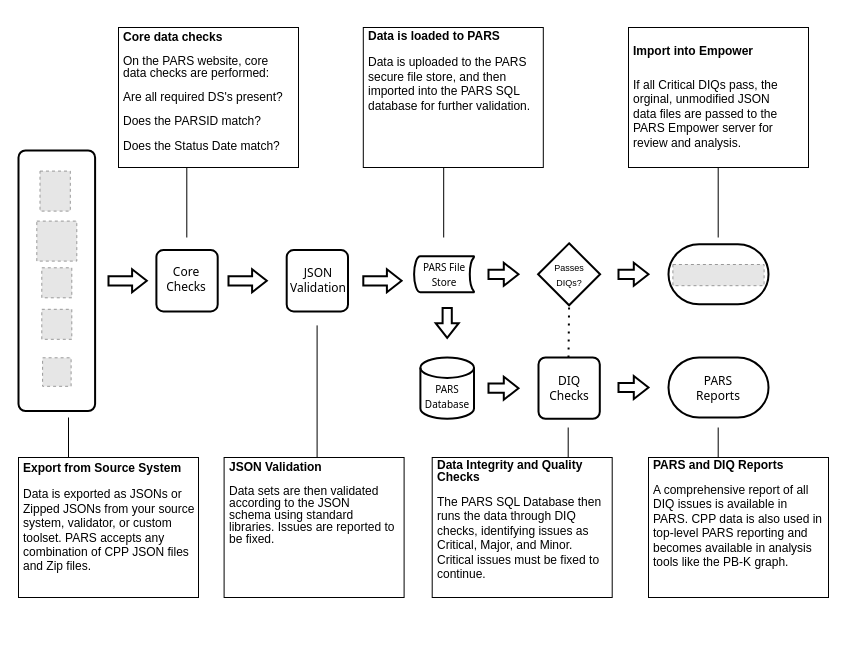
Before: JSONUploadFlow.drawio in user905/JSONUploadFlow, a draw.io diagram. Source tidied: cells renumbered, new cells numbered last; positions are measured from the earlier drawing's top-left corner, leaving out a move shared by most shapes. Both pictures are drawn from the tidied source at 100%, with x=0, y=0 at pixel (18, 27). Pictures stored in the file or linked from it are replaced by grey dashed boxes.
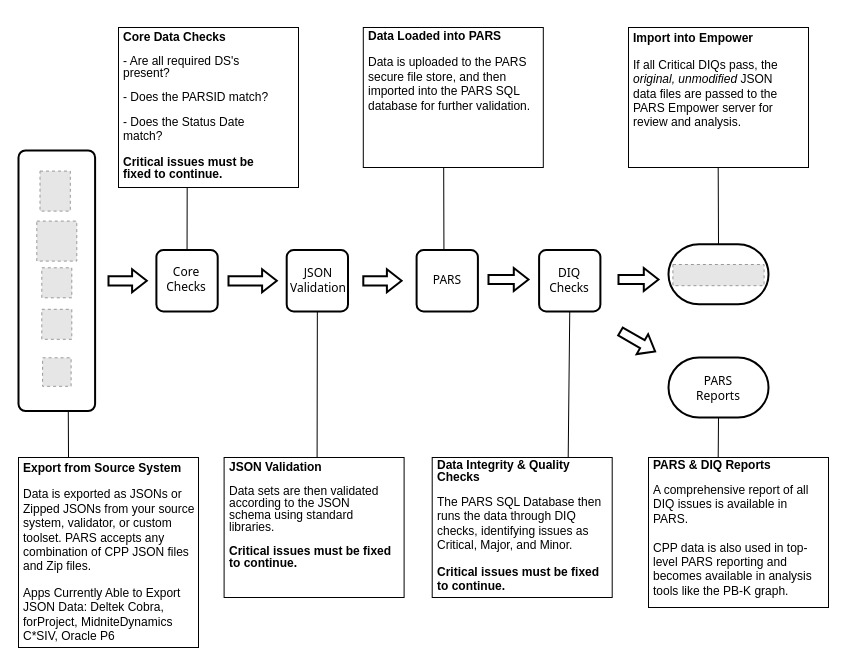
After the change.

Unchanged cells that the change refers to:
```xml
<mxCell id="2" style="rounded=1;whiteSpace=wrap;html=1;absoluteArcSize=1;arcSize=14;strokeWidth=2;" parent="1" vertex="1">
  <mxGeometry x="137.9" y="222.6" width="61.3" height="61.3" as="geometry" />
</mxCell>
<mxCell id="3" style="rounded=1;whiteSpace=wrap;html=1;absoluteArcSize=1;arcSize=14;strokeWidth=2;" parent="1" vertex="1">
  <mxGeometry x="268.2" y="222.6" width="61.3" height="61.3" as="geometry" />
</mxCell>
<mxCell id="13" style="strokeWidth=2;html=1;shape=mxgraph.flowchart.terminator;whiteSpace=wrap;" parent="1" vertex="1">
  <mxGeometry x="650" y="216.8" width="100" height="60" as="geometry" />
</mxCell>
<mxCell id="14" style="strokeWidth=2;html=1;shape=mxgraph.flowchart.terminator;whiteSpace=wrap;" parent="1" vertex="1">
  <mxGeometry x="650" y="330" width="100" height="60" as="geometry" />
</mxCell>
<mxCell id="17" style="rounded=1;whiteSpace=wrap;html=1;absoluteArcSize=1;arcSize=14;strokeWidth=2;" parent="16" vertex="1">
  <mxGeometry width="76.6" height="260.6" as="geometry" />
</mxCell>
```

Change to the diagram source:
```diff
@@
-    <mxCell id="4" style="strokeWidth=2;html=1;shape=mxgraph.flowchart.database;whiteSpace=wrap;" parent="1" vertex="1">
-      <mxGeometry x="401.9" y="330" width="53.6" height="61.3" as="geometry" />
-    </mxCell>
@@
     <mxCell id="6" style="verticalLabelPosition=bottom;verticalAlign=top;html=1;strokeWidth=2;shape=mxgraph.arrows2.arrow;dy=0.6;dx=14.7;notch=0;" parent="1" vertex="1">
-      <mxGeometry x="210" y="241.8" width="38.3" height="23" as="geometry" />
+      <mxGeometry x="210" y="241.8" width="48.3" height="23" as="geometry" />
     </mxCell>
@@
-    <mxCell id="8" style="verticalLabelPosition=bottom;verticalAlign=top;html=1;strokeWidth=2;shape=mxgraph.arrows2.arrow;dy=0.6;dx=14.7;notch=0;rotation=90;" parent="1" vertex="1">
-      <mxGeometry x="413.7" y="283.9" width="30" height="23" as="geometry" />
-    </mxCell>
     <mxCell id="9" style="rounded=1;whiteSpace=wrap;html=1;absoluteArcSize=1;arcSize=14;strokeWidth=2;" parent="1" vertex="1">
-      <mxGeometry x="520" y="330" width="61.3" height="61.3" as="geometry" />
+      <mxGeometry x="520.6" y="222.6" width="61.3" height="61.3" as="geometry" />
     </mxCell>
-    <mxCell id="10" style="verticalLabelPosition=bottom;verticalAlign=top;html=1;strokeWidth=2;shape=mxgraph.arrows2.arrow;dy=0.6;dx=14.7;notch=0;rotation=0;" parent="1" vertex="1">
-      <mxGeometry x="470" y="349.2" width="30" height="23" as="geometry" />
-    </mxCell>
-    <mxCell id="11" style="strokeWidth=2;html=1;shape=mxgraph.flowchart.stored_data;whiteSpace=wrap;" parent="1" vertex="1">
-      <mxGeometry x="395.6" y="228.8" width="60" height="36" as="geometry" />
-    </mxCell>
     <mxCell id="12" style="verticalLabelPosition=bottom;verticalAlign=top;html=1;strokeWidth=2;shape=mxgraph.arrows2.arrow;dy=0.6;dx=14.7;notch=0;rotation=0;" parent="1" vertex="1">
-      <mxGeometry x="470" y="235.3" width="30" height="23" as="geometry" />
+      <mxGeometry x="470" y="240.5" width="40" height="23" as="geometry" />
     </mxCell>
@@
-    <mxCell id="15" style="verticalLabelPosition=bottom;verticalAlign=top;html=1;strokeWidth=2;shape=mxgraph.arrows2.arrow;dy=0.6;dx=14.7;notch=0;rotation=0;" parent="1" vertex="1">
-      <mxGeometry x="600" y="348.5" width="30" height="23" as="geometry" />
+    <mxCell id="15" style="verticalLabelPosition=bottom;verticalAlign=top;html=1;strokeWidth=2;shape=mxgraph.arrows2.arrow;dy=0.6;dx=14.7;notch=0;rotation=30;" parent="1" vertex="1">
+      <mxGeometry x="599.3" y="302.5" width="40" height="23" as="geometry" />
     </mxCell>
@@
-    <mxCell id="26" value="&lt;font style=&quot;font-size: 10px;&quot; face=&quot;Tahoma&quot;&gt;PARS File Store&lt;/font&gt;" style="text;html=1;align=center;verticalAlign=middle;whiteSpace=wrap;rounded=0;" parent="1" vertex="1">
-      <mxGeometry x="395.5" y="231.8" width="60" height="30" as="geometry" />
-    </mxCell>
-    <mxCell id="27" value="&lt;font style=&quot;font-size: 10px;&quot; face=&quot;Tahoma&quot;&gt;PARS Database&lt;/font&gt;" style="text;html=1;align=center;verticalAlign=middle;whiteSpace=wrap;rounded=0;" parent="1" vertex="1">
-      <mxGeometry x="398.7" y="353.6" width="60" height="30" as="geometry" />
-    </mxCell>
     <mxCell id="28" value="&lt;font style=&quot;font-size: 12px;&quot; face=&quot;Tahoma&quot;&gt;DIQ Checks&lt;/font&gt;" style="text;html=1;align=center;verticalAlign=middle;whiteSpace=wrap;rounded=0;" parent="1" vertex="1">
-      <mxGeometry x="521.3" y="345.7" width="60" height="30" as="geometry" />
+      <mxGeometry x="521.3" y="238.3" width="60" height="30" as="geometry" />
     </mxCell>
@@
     <mxCell id="30" style="rounded=0;whiteSpace=wrap;html=1;" parent="1" vertex="1">
-      <mxGeometry y="430" width="180" height="140" as="geometry" />
+      <mxGeometry y="430" width="180" height="190" as="geometry" />
     </mxCell>
-    <mxCell id="31" value="&lt;p style=&quot;&quot;&gt;&lt;span style=&quot;font-size: 12px;&quot;&gt;&lt;b&gt;Export from Source System&lt;/b&gt;&lt;/span&gt;&lt;/p&gt;&lt;p style=&quot;&quot;&gt;&lt;font style=&quot;font-size: 12px;&quot;&gt;Data is exported as JSONs or Zipped JSONs from your source system, validator, or custom toolset. PARS accepts any combination of CPP JSON files and Zip files.&lt;/font&gt;&lt;/p&gt;" style="text;html=1;spacing=5;spacingTop=-20;whiteSpace=wrap;overflow=hidden;rounded=0;" parent="1" vertex="1">
-      <mxGeometry y="432" width="180" height="120" as="geometry" />
+    <mxCell id="31" value="&lt;p style=&quot;&quot;&gt;&lt;span style=&quot;font-size: 12px;&quot;&gt;&lt;b&gt;Export from Source System&lt;/b&gt;&lt;/span&gt;&lt;/p&gt;&lt;p style=&quot;&quot;&gt;&lt;font style=&quot;font-size: 12px;&quot;&gt;Data is exported as JSONs or Zipped JSONs from your source system, validator, or custom toolset. PARS accepts any combination of CPP JSON files and Zip files.&lt;/font&gt;&lt;/p&gt;&lt;p style=&quot;&quot;&gt;&lt;font style=&quot;font-size: 12px;&quot;&gt;Apps Currently Able to Export JSON Data: Deltek Cobra, forProject, MidniteDynamics C*SIV, Oracle P6&lt;/font&gt;&lt;/p&gt;" style="text;html=1;spacing=5;spacingTop=-20;whiteSpace=wrap;overflow=hidden;rounded=0;" parent="1" vertex="1">
+      <mxGeometry y="432" width="180" height="188" as="geometry" />
     </mxCell>
     <mxCell id="32" style="rounded=0;whiteSpace=wrap;html=1;" parent="1" vertex="1">
-      <mxGeometry x="100" width="180" height="140" as="geometry" />
+      <mxGeometry x="100" width="180" height="160" as="geometry" />
     </mxCell>
-    <mxCell id="33" value="&lt;p style=&quot;line-height: 100%;&quot;&gt;&lt;font style=&quot;font-size: 12px;&quot;&gt;&lt;b&gt;Core data checks&lt;/b&gt;&lt;/font&gt;&lt;/p&gt;&lt;p style=&quot;line-height: 100%;&quot;&gt;&lt;/p&gt;&lt;p style=&quot;line-height: 100%;&quot;&gt;On the PARS website, core data checks are performed:&lt;/p&gt;&lt;p style=&quot;line-height: 100%;&quot;&gt;&lt;span style=&quot;background-color: initial;&quot;&gt;Are all required DS's present?&lt;/span&gt;&lt;/p&gt;&lt;p style=&quot;line-height: 100%;&quot;&gt;&lt;span style=&quot;background-color: initial;&quot;&gt;Does the PARSID match?&lt;br&gt;&lt;/span&gt;&lt;/p&gt;&lt;p&gt;&lt;span style=&quot;background-color: initial;&quot;&gt;Does the Status Date match?&lt;/span&gt;&lt;/p&gt;&lt;p&gt;&lt;/p&gt;&lt;p style=&quot;line-height: 100%;&quot;&gt;&lt;br&gt;&lt;/p&gt;&lt;p style=&quot;line-height: 100%;&quot;&gt;&lt;span style=&quot;background-color: initial;&quot;&gt;&lt;br&gt;&lt;/span&gt;&lt;/p&gt;&lt;p&gt;&lt;/p&gt;" style="text;html=1;spacing=5;spacingTop=-20;whiteSpace=wrap;overflow=hidden;rounded=0;" parent="1" vertex="1">
-      <mxGeometry x="100" y="2" width="170" height="140" as="geometry" />
+    <mxCell id="33" value="&lt;p style=&quot;line-height: 100%;&quot;&gt;&lt;font style=&quot;font-size: 12px;&quot;&gt;&lt;b&gt;Core Data Checks&lt;/b&gt;&lt;/font&gt;&lt;/p&gt;&lt;p style=&quot;line-height: 100%;&quot;&gt;&lt;/p&gt;&lt;p style=&quot;line-height: 100%;&quot;&gt;&lt;span style=&quot;background-color: initial;&quot;&gt;- Are all required DS's present?&lt;/span&gt;&lt;br&gt;&lt;/p&gt;&lt;p style=&quot;line-height: 100%;&quot;&gt;&lt;span style=&quot;background-color: initial;&quot;&gt;- Does the PARSID match?&lt;br&gt;&lt;/span&gt;&lt;/p&gt;&lt;p&gt;&lt;span style=&quot;background-color: initial;&quot;&gt;- Does the Status Date match?&lt;/span&gt;&lt;/p&gt;&lt;p&gt;&lt;/p&gt;&lt;p style=&quot;line-height: 100%;&quot;&gt;&lt;b&gt;Critical issues must be fixed to continue.&lt;/b&gt;&lt;/p&gt;&lt;p style=&quot;line-height: 100%;&quot;&gt;&lt;span style=&quot;background-color: initial;&quot;&gt;&lt;br&gt;&lt;/span&gt;&lt;/p&gt;&lt;p&gt;&lt;/p&gt;" style="text;html=1;spacing=5;spacingTop=-20;whiteSpace=wrap;overflow=hidden;rounded=0;" parent="1" vertex="1">
+      <mxGeometry x="100" y="2" width="170" height="158" as="geometry" />
     </mxCell>
@@
-    <mxCell id="35" value="&lt;p style=&quot;line-height: 100%;&quot;&gt;&lt;font style=&quot;font-size: 12px;&quot;&gt;&lt;b&gt;JSON Validation&lt;/b&gt;&lt;/font&gt;&lt;/p&gt;&lt;p style=&quot;line-height: 100%;&quot;&gt;Data sets are then validated according to the JSON schema using standard libraries. Issues are reported to be fixed.&lt;/p&gt;" style="text;html=1;spacing=5;spacingTop=-20;whiteSpace=wrap;overflow=hidden;rounded=0;" parent="1" vertex="1">
+    <mxCell id="35" value="&lt;p style=&quot;line-height: 100%;&quot;&gt;&lt;font style=&quot;font-size: 12px;&quot;&gt;&lt;b&gt;JSON Validation&lt;/b&gt;&lt;/font&gt;&lt;/p&gt;&lt;p style=&quot;line-height: 100%;&quot;&gt;Data sets are then validated according to the JSON schema using standard libraries.&amp;nbsp;&lt;/p&gt;&lt;p style=&quot;line-height: 100%;&quot;&gt;&lt;b style=&quot;border-color: var(--border-color);&quot;&gt;Critical issues must be fixed to continue.&lt;/b&gt;&lt;br&gt;&lt;/p&gt;" style="text;html=1;spacing=5;spacingTop=-20;whiteSpace=wrap;overflow=hidden;rounded=0;" parent="1" vertex="1">
       <mxGeometry x="205.6" y="432" width="174.4" height="140" as="geometry" />
     </mxCell>
@@
-    <mxCell id="37" value="&lt;p style=&quot;&quot;&gt;&lt;font style=&quot;font-size: 12px;&quot;&gt;&lt;b&gt;Data is loaded to PARS&lt;/b&gt;&lt;/font&gt;&lt;/p&gt;&lt;p style=&quot;&quot;&gt;Data is uploaded to the PARS secure file store, and then imported into the PARS SQL database for further validation.&lt;/p&gt;" style="text;html=1;spacing=5;spacingTop=-20;whiteSpace=wrap;overflow=hidden;rounded=0;" parent="1" vertex="1">
+    <mxCell id="37" value="&lt;p style=&quot;&quot;&gt;&lt;font style=&quot;font-size: 12px;&quot;&gt;&lt;b&gt;Data Loaded into PARS&lt;/b&gt;&lt;/font&gt;&lt;/p&gt;&lt;p style=&quot;&quot;&gt;Data is uploaded to the PARS secure file store, and then imported into the PARS SQL database for further validation.&lt;/p&gt;" style="text;html=1;spacing=5;spacingTop=-20;whiteSpace=wrap;overflow=hidden;rounded=0;" parent="1" vertex="1">
       <mxGeometry x="344.8" width="175.2" height="130" as="geometry" />
     </mxCell>
@@
-    <mxCell id="39" value="&lt;p style=&quot;line-height: 100%;&quot;&gt;&lt;font style=&quot;font-size: 12px;&quot;&gt;&lt;b&gt;Data Integrity and Quality Checks&lt;/b&gt;&lt;/font&gt;&lt;/p&gt;&lt;p style=&quot;&quot;&gt;The PARS SQL Database then runs the data through DIQ checks, identifying issues as Critical, Major, and Minor. Critical issues must be fixed to continue.&lt;/p&gt;" style="text;html=1;spacing=5;spacingTop=-20;whiteSpace=wrap;overflow=hidden;rounded=0;" parent="1" vertex="1">
+    <mxCell id="39" value="&lt;p style=&quot;line-height: 100%;&quot;&gt;&lt;font style=&quot;font-size: 12px;&quot;&gt;&lt;b&gt;Data Integrity &amp;amp; Quality Checks&lt;/b&gt;&lt;/font&gt;&lt;/p&gt;&lt;p style=&quot;&quot;&gt;The PARS SQL Database then runs the data through DIQ checks, identifying issues as Critical, Major, and Minor.&amp;nbsp;&lt;/p&gt;&lt;p style=&quot;&quot;&gt;&lt;b style=&quot;border-color: var(--border-color);&quot;&gt;Critical issues must be fixed to continue.&lt;/b&gt;&lt;br&gt;&lt;/p&gt;" style="text;html=1;spacing=5;spacingTop=-20;whiteSpace=wrap;overflow=hidden;rounded=0;" parent="1" vertex="1">
       <mxGeometry x="413.7" y="430" width="180" height="140" as="geometry" />
     </mxCell>
@@
-    <mxCell id="41" value="&lt;h1 style=&quot;&quot;&gt;&lt;span style=&quot;font-size: 12px;&quot;&gt;Import into Empower&lt;/span&gt;&lt;/h1&gt;&lt;p style=&quot;&quot;&gt;&lt;font style=&quot;font-size: 12px;&quot;&gt;If all Critical DIQs pass, the orginal, unmodified JSON data files are passed to the PARS Empower server for review and analysis.&lt;/font&gt;&lt;/p&gt;" style="text;html=1;spacing=5;spacingTop=-20;whiteSpace=wrap;overflow=hidden;rounded=0;" parent="1" vertex="1">
+    <mxCell id="41" value="&lt;b style=&quot;border-color: var(--border-color);&quot;&gt;&lt;br&gt;Import into Empower&lt;br&gt;&lt;/b&gt;&lt;p style=&quot;&quot;&gt;&lt;font style=&quot;font-size: 12px;&quot;&gt;If all Critical DIQs pass, the &lt;i&gt;original, unmodified&lt;/i&gt; JSON data files are passed to the PARS Empower server for review and analysis.&lt;/font&gt;&lt;/p&gt;" style="text;html=1;spacing=5;spacingTop=-20;whiteSpace=wrap;overflow=hidden;rounded=0;" parent="1" vertex="1">
       <mxGeometry x="610" width="170" height="130" as="geometry" />
     </mxCell>
-    <mxCell id="42" style="endArrow=none;html=1;rounded=0;" parent="1" edge="1">
+    <mxCell id="42" style="endArrow=none;html=1;rounded=0;entryX=0.65;entryY=0.998;entryDx=0;entryDy=0;entryPerimeter=0;" parent="1" edge="1" target="17">
       <mxGeometry relative="1" as="geometry">
         <mxPoint x="50" y="430" as="sourcePoint" />
-        <mxPoint x="50" y="390" as="targetPoint" />
       </mxGeometry>
     </mxCell>
-    <mxCell id="43" style="endArrow=none;html=1;rounded=0;" parent="1" edge="1">
-      <mxGeometry relative="1" as="geometry">
-        <mxPoint x="168.3" y="210" as="sourcePoint" />
-        <mxPoint x="168.3" y="140" as="targetPoint" />
-      </mxGeometry>
+    <mxCell id="43" style="endArrow=none;html=1;rounded=0;exitX=0.5;exitY=0;exitDx=0;exitDy=0;entryX=0.404;entryY=1.001;entryDx=0;entryDy=0;entryPerimeter=0;" parent="1" edge="1" source="2" target="33">
+      <mxGeometry relative="1" as="geometry" />
     </mxCell>
-    <mxCell id="44" style="endArrow=none;html=1;rounded=0;" parent="1" edge="1">
+    <mxCell id="44" style="endArrow=none;html=1;rounded=0;entryX=0.5;entryY=1;entryDx=0;entryDy=0;" parent="1" edge="1" target="3">
       <mxGeometry relative="1" as="geometry">
         <mxPoint x="298.6" y="430" as="sourcePoint" />
-        <mxPoint x="298.6" y="297.9" as="targetPoint" />
       </mxGeometry>
     </mxCell>
-    <mxCell id="45" style="endArrow=none;html=1;rounded=0;" parent="1" edge="1">
+    <mxCell id="45" style="endArrow=none;html=1;rounded=0;exitX=0.446;exitY=0.033;exitDx=0;exitDy=0;exitPerimeter=0;" parent="1" edge="1" source="54">
       <mxGeometry relative="1" as="geometry">
-        <mxPoint x="425.2" y="210" as="sourcePoint" />
         <mxPoint x="425.2" y="140" as="targetPoint" />
       </mxGeometry>
     </mxCell>
-    <mxCell id="46" style="endArrow=none;html=1;rounded=0;" parent="1" edge="1">
+    <mxCell id="46" style="endArrow=none;html=1;rounded=0;exitX=0.5;exitY=0;exitDx=0;exitDy=0;exitPerimeter=0;" parent="1" edge="1" source="13">
       <mxGeometry relative="1" as="geometry">
-        <mxPoint x="699.7" y="210" as="sourcePoint" />
         <mxPoint x="699.7" y="140" as="targetPoint" />
       </mxGeometry>
     </mxCell>
-    <mxCell id="47" style="endArrow=none;html=1;rounded=0;" parent="1" edge="1">
+    <mxCell id="47" style="endArrow=none;html=1;rounded=0;entryX=0.5;entryY=1;entryDx=0;entryDy=0;" parent="1" edge="1" target="9">
       <mxGeometry relative="1" as="geometry">
         <mxPoint x="549.7" y="430" as="sourcePoint" />
-        <mxPoint x="549.7" y="400" as="targetPoint" />
       </mxGeometry>
     </mxCell>
     <mxCell id="48" style="rounded=0;whiteSpace=wrap;html=1;" parent="1" vertex="1">
-      <mxGeometry x="630" y="430" width="180" height="140" as="geometry" />
+      <mxGeometry x="630" y="430" width="180" height="150" as="geometry" />
     </mxCell>
-    <mxCell id="49" value="&lt;p style=&quot;line-height: 100%;&quot;&gt;&lt;span style=&quot;font-size: 12px;&quot;&gt;&lt;b&gt;PARS and DIQ Reports&lt;/b&gt;&lt;/span&gt;&lt;/p&gt;&lt;p style=&quot;&quot;&gt;A comprehensive report of all DIQ issues is available in PARS. CPP data is also used in top-level PARS reporting and becomes available in analysis tools like the PB-K graph.&lt;/p&gt;" style="text;html=1;spacing=5;spacingTop=-20;whiteSpace=wrap;overflow=hidden;rounded=0;" parent="1" vertex="1">
-      <mxGeometry x="630" y="430" width="180" height="140" as="geometry" />
+    <mxCell id="49" value="&lt;p style=&quot;line-height: 100%;&quot;&gt;&lt;span style=&quot;font-size: 12px;&quot;&gt;&lt;b&gt;PARS &amp;amp; DIQ Reports&lt;/b&gt;&lt;/span&gt;&lt;/p&gt;&lt;span style=&quot;background-color: initial;&quot;&gt;A comprehensive report of all DIQ issues is available in PARS. &lt;br&gt;&lt;br&gt;CPP data is also used in top-level PARS reporting and becomes available in analysis tools like the PB-K graph.&lt;/span&gt;" style="text;html=1;spacing=5;spacingTop=-20;whiteSpace=wrap;overflow=hidden;rounded=0;" parent="1" vertex="1">
+      <mxGeometry x="630" y="430" width="180" height="150" as="geometry" />
     </mxCell>
-    <mxCell id="50" style="endArrow=none;html=1;rounded=0;" parent="1" edge="1">
+    <mxCell id="50" style="endArrow=none;html=1;rounded=0;entryX=0.5;entryY=1;entryDx=0;entryDy=0;entryPerimeter=0;" parent="1" edge="1" target="14">
       <mxGeometry relative="1" as="geometry">
         <mxPoint x="699.7" y="430" as="sourcePoint" />
-        <mxPoint x="699.7" y="400" as="targetPoint" />
       </mxGeometry>
     </mxCell>
-    <mxCell id="51" value="&lt;font style=&quot;font-size: 9px;&quot;&gt;Passes&lt;br&gt;DIQs?&lt;/font&gt;" style="strokeWidth=2;html=1;shape=mxgraph.flowchart.decision;whiteSpace=wrap;" parent="1" vertex="1">
-      <mxGeometry x="519.6" y="215.8" width="62" height="62" as="geometry" />
-    </mxCell>
     <mxCell id="52" style="verticalLabelPosition=bottom;verticalAlign=top;html=1;strokeWidth=2;shape=mxgraph.arrows2.arrow;dy=0.6;dx=14.7;notch=0;rotation=0;" parent="1" vertex="1">
-      <mxGeometry x="600" y="235.3" width="30" height="23" as="geometry" />
+      <mxGeometry x="600" y="240.5" width="40" height="23" as="geometry" />
     </mxCell>
-    <mxCell id="53" style="endArrow=none;dashed=1;html=1;dashPattern=1 3;strokeWidth=2;rounded=0;entryX=0.5;entryY=1;entryDx=0;entryDy=0;entryPerimeter=0;" parent="1" edge="1" target="51">
-      <mxGeometry relative="1" as="geometry">
-        <mxPoint x="550" y="330" as="sourcePoint" />
-      </mxGeometry>
-    </mxCell>
+    <mxCell id="54" style="rounded=1;whiteSpace=wrap;html=1;absoluteArcSize=1;arcSize=14;strokeWidth=2;" parent="1" vertex="1">
+      <mxGeometry x="398.1" y="222.6" width="61.3" height="61.3" as="geometry" />
+    </mxCell>
+    <mxCell id="55" value="&lt;font face=&quot;Tahoma&quot;&gt;PARS&lt;/font&gt;" style="text;html=1;align=center;verticalAlign=middle;whiteSpace=wrap;rounded=0;" parent="1" vertex="1">
+      <mxGeometry x="399.4" y="238.3" width="60" height="30" as="geometry" />
+    </mxCell>
```
